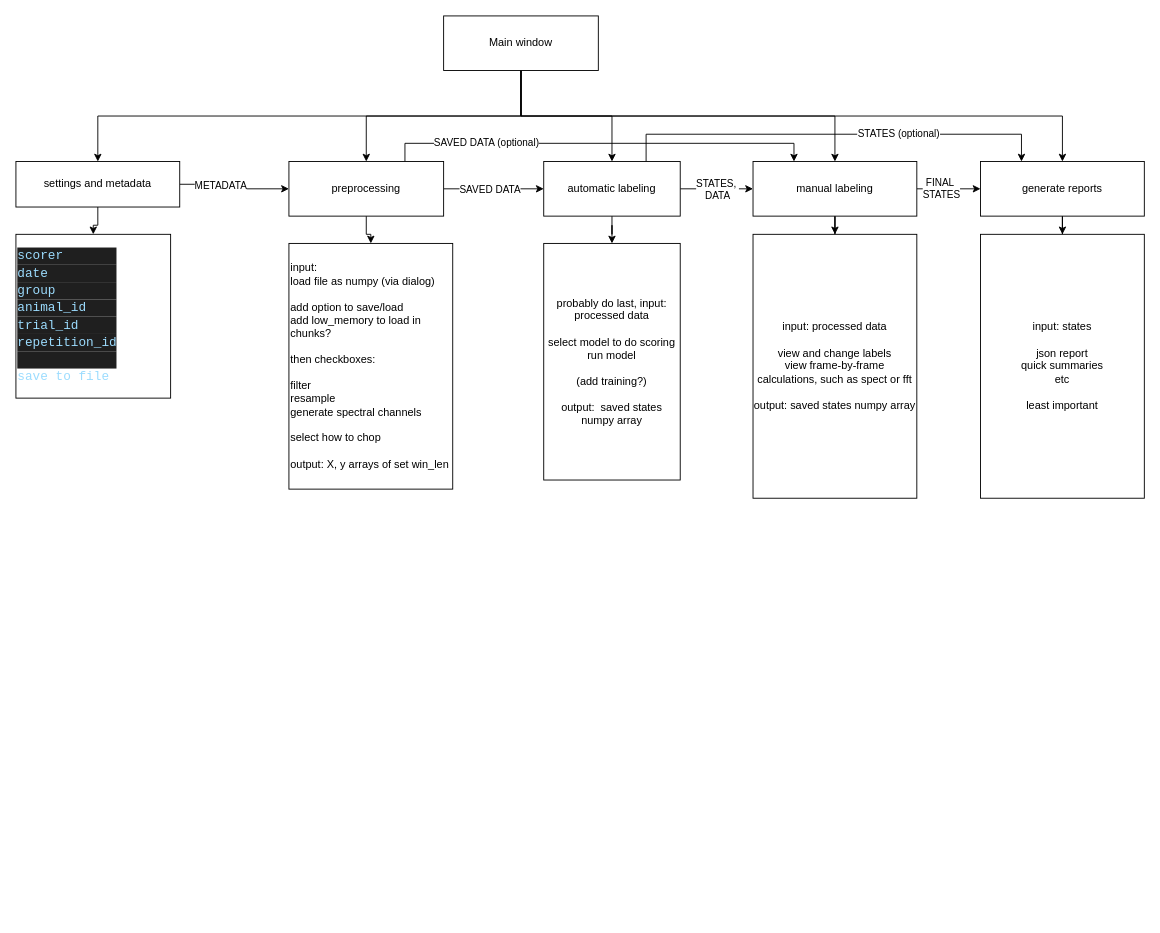
The draw.io diagram layout.drawio in MartynasArba/scorer, before the edit. Source tidied: cells renumbered, new cells numbered last; positions are measured from the earlier drawing's top-left corner, leaving out a move shared by most shapes. Both pictures are drawn from the tidied source at 91%, with x=0, y=0 at pixel (15, 15).
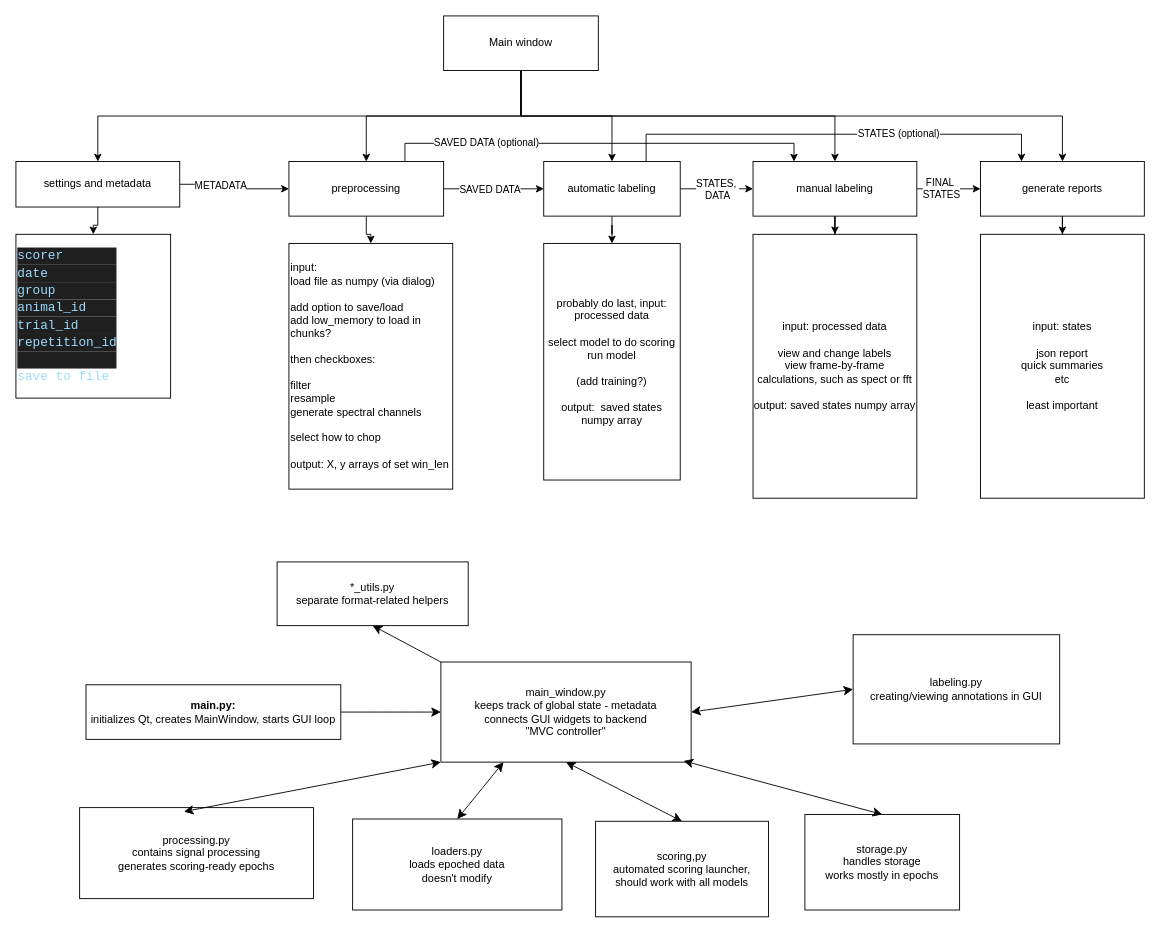
Above is the later version.

Commit message:
jan start

Change to the diagram source:
```diff
@@
+    <mxCell id="35" style="edgeStyle=none;curved=1;rounded=0;jettySize=auto;html=1;fontSize=12;startSize=8;endSize=8;" parent="1" edge="1" source="36" target="38">
+      <mxGeometry relative="1" as="geometry" />
+    </mxCell>
+    <mxCell id="36" value="&lt;b&gt;main.py:&lt;/b&gt;&lt;div&gt;initializes Qt, creates MainWindow, starts GUI loop&lt;/div&gt;" style="rounded=0;whiteSpace=wrap;html=1;" parent="1" vertex="1">
+      <mxGeometry x="77" y="735" width="280" height="60" as="geometry" />
+    </mxCell>
+    <mxCell id="37" style="edgeStyle=none;curved=1;rounded=0;jettySize=auto;html=1;exitX=0;exitY=0;exitDx=0;exitDy=0;entryX=0.5;entryY=1;entryDx=0;entryDy=0;fontSize=12;startSize=8;endSize=8;" parent="1" edge="1" source="38" target="43">
+      <mxGeometry relative="1" as="geometry" />
+    </mxCell>
+    <mxCell id="38" value="main_window.py&lt;div&gt;keeps track of global state - metadata&lt;/div&gt;&lt;div&gt;connects GUI widgets to backend&lt;/div&gt;&lt;div&gt;&quot;MVC controller&quot;&lt;/div&gt;" style="whiteSpace=wrap;html=1;rounded=0;" parent="1" vertex="1">
+      <mxGeometry x="467" y="710" width="275" height="110" as="geometry" />
+    </mxCell>
+    <mxCell id="39" value="loaders.py&lt;div&gt;loads epoched data&lt;/div&gt;&lt;div&gt;doesn't modify&lt;/div&gt;" style="rounded=0;whiteSpace=wrap;html=1;" parent="1" vertex="1">
+      <mxGeometry x="370" y="882.5" width="230" height="100" as="geometry" />
+    </mxCell>
+    <mxCell id="40" style="endArrow=classic;startArrow=classic;html=1;rounded=0;fontSize=12;startSize=8;endSize=8;curved=1;exitX=0.5;exitY=0;exitDx=0;exitDy=0;entryX=0.25;entryY=1;entryDx=0;entryDy=0;" parent="1" edge="1" source="39" target="38">
+      <mxGeometry relative="1" as="geometry" />
+    </mxCell>
+    <mxCell id="41" value="processing.py&lt;div&gt;contains signal processing&lt;/div&gt;&lt;div&gt;generates scoring-ready epochs&lt;/div&gt;" style="rounded=0;whiteSpace=wrap;html=1;" parent="1" vertex="1">
+      <mxGeometry x="70" y="870" width="257" height="100" as="geometry" />
+    </mxCell>
+    <mxCell id="42" style="endArrow=classic;startArrow=classic;html=1;rounded=0;fontSize=12;startSize=8;endSize=8;curved=1;entryX=0;entryY=1;entryDx=0;entryDy=0;exitX=0.446;exitY=0.044;exitDx=0;exitDy=0;exitPerimeter=0;" parent="1" edge="1" source="41" target="38">
+      <mxGeometry relative="1" as="geometry" />
+    </mxCell>
+    <mxCell id="43" value="*_utils.py&lt;div&gt;separate format-related helpers&lt;/div&gt;" style="rounded=0;whiteSpace=wrap;html=1;" parent="1" vertex="1">
+      <mxGeometry x="287" y="600" width="210" height="70" as="geometry" />
+    </mxCell>
+    <mxCell id="44" value="storage.py&lt;div&gt;handles storage&lt;/div&gt;&lt;div&gt;works mostly in epochs&lt;/div&gt;" style="rounded=0;whiteSpace=wrap;html=1;" parent="1" vertex="1">
+      <mxGeometry x="867" y="877.5" width="170" height="105" as="geometry" />
+    </mxCell>
+    <mxCell id="45" style="endArrow=classic;startArrow=classic;html=1;rounded=0;fontSize=12;startSize=8;endSize=8;curved=1;entryX=0.5;entryY=0;entryDx=0;entryDy=0;exitX=0.97;exitY=0.988;exitDx=0;exitDy=0;exitPerimeter=0;" parent="1" edge="1" source="38" target="44">
+      <mxGeometry relative="1" as="geometry" />
+    </mxCell>
+    <mxCell id="46" style="endArrow=classic;startArrow=classic;html=1;rounded=0;fontSize=12;startSize=8;endSize=8;curved=1;entryX=0.5;entryY=1;entryDx=0;entryDy=0;exitX=0.5;exitY=0;exitDx=0;exitDy=0;" parent="1" edge="1" source="48" target="38">
+      <mxGeometry relative="1" as="geometry" />
+    </mxCell>
+    <mxCell id="47" value="&lt;div&gt;labeling.py&lt;/div&gt;creating/viewing annotations in GUI" style="rounded=0;whiteSpace=wrap;html=1;" parent="1" vertex="1">
+      <mxGeometry x="920" y="680" width="227" height="120" as="geometry" />
+    </mxCell>
+    <mxCell id="48" value="scoring,py&lt;div&gt;automated scoring launcher, should work with all models&lt;/div&gt;" style="rounded=0;whiteSpace=wrap;html=1;" parent="1" vertex="1">
+      <mxGeometry x="637" y="885" width="190" height="105" as="geometry" />
+    </mxCell>
+    <mxCell id="49" style="endArrow=classic;startArrow=classic;html=1;rounded=0;fontSize=12;startSize=8;endSize=8;curved=1;exitX=1;exitY=0.5;exitDx=0;exitDy=0;entryX=0;entryY=0.5;entryDx=0;entryDy=0;" parent="1" edge="1" source="38" target="47">
+      <mxGeometry relative="1" as="geometry" />
+    </mxCell>
```
